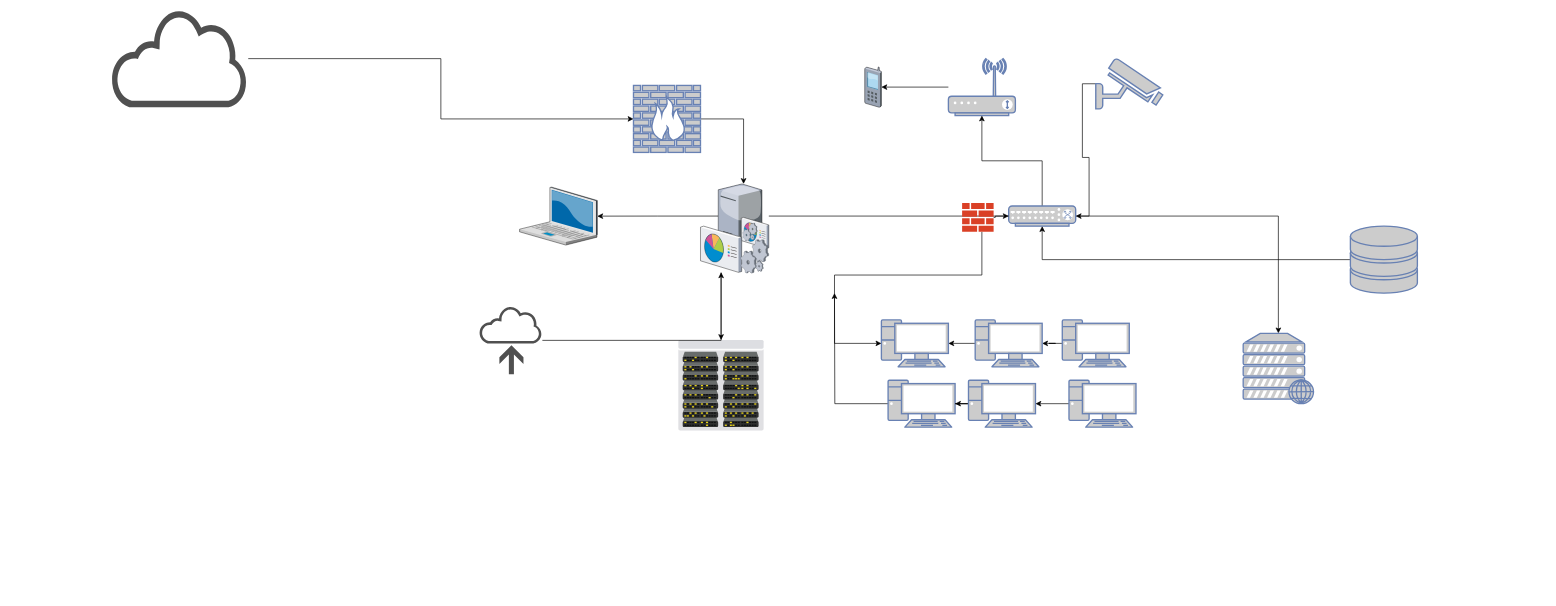
Earlier version of the draw.io diagram Untitled Diagram.drawio (lazzy503-umer/Haseeb-file). Source tidied: cells renumbered, new cells numbered last; positions are measured from the earlier drawing's top-left corner, leaving out a move shared by most shapes. Both pictures are drawn from the tidied source at 67%, with x=0, y=0 at pixel (111, 10).
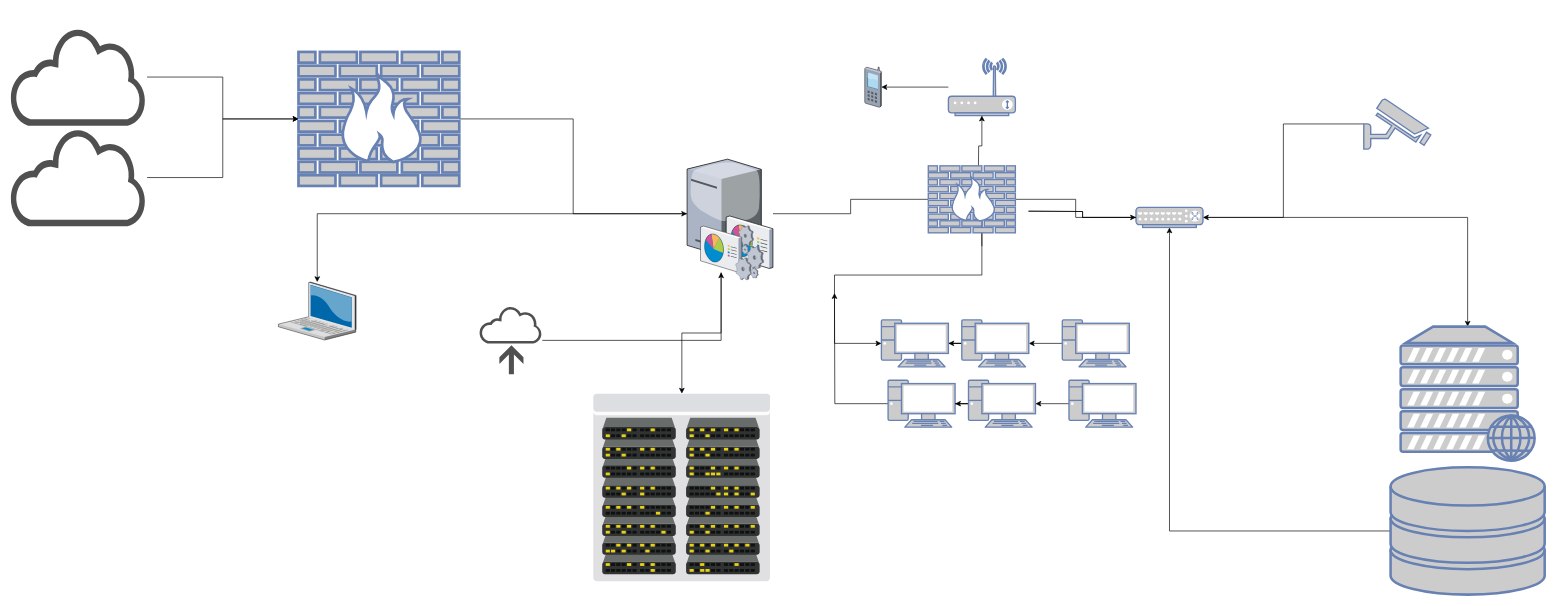
The same diagram, later.

The change refers to these unchanged cells:
```xml
<mxCell id="9" style="fontColor=#0066CC;verticalAlign=top;verticalLabelPosition=bottom;labelPosition=center;align=center;html=1;outlineConnect=0;fillColor=#CCCCCC;strokeColor=#6881B3;gradientColor=none;gradientDirection=north;strokeWidth=2;shape=mxgraph.networks.pc;" parent="1" vertex="1">
  <mxGeometry x="1149" y="462" width="100" height="70" as="geometry" />
</mxCell>
<mxCell id="17" style="fontColor=#0066CC;verticalAlign=top;verticalLabelPosition=bottom;labelPosition=center;align=center;html=1;outlineConnect=0;fillColor=#CCCCCC;strokeColor=#6881B3;gradientColor=none;gradientDirection=north;strokeWidth=2;shape=mxgraph.networks.wireless_modem;" parent="1" vertex="1">
  <mxGeometry x="1249" y="72" width="100" height="85" as="geometry" />
</mxCell>
```

Change to the diagram source:
```diff
@@
-    <mxCell id="3" style="edgeStyle=orthogonalEdgeStyle;rounded=0;jettySize=auto;html=1;" parent="1" edge="1" source="4" target="25">
+    <mxCell id="3" style="edgeStyle=orthogonalEdgeStyle;rounded=0;jettySize=auto;html=1;startArrow=none;" parent="1" edge="1" source="45" target="25">
       <mxGeometry relative="1" as="geometry" />
     </mxCell>
     <mxCell id="4" style="verticalLabelPosition=bottom;sketch=0;html=1;verticalAlign=top;strokeColor=none;align=center;outlineConnect=0;shape=mxgraph.citrix.command_center;" parent="1" vertex="1">
-      <mxGeometry x="905.5" y="259" width="75.5" height="96" as="geometry" />
+      <mxGeometry x="859" y="222" width="128.2" height="163" as="geometry" />
     </mxCell>
@@
     <mxCell id="8" style="fontColor=#0066CC;verticalAlign=top;verticalLabelPosition=bottom;labelPosition=center;align=center;html=1;outlineConnect=0;fillColor=#CCCCCC;strokeColor=#6881B3;gradientColor=none;gradientDirection=north;strokeWidth=2;shape=mxgraph.networks.pc;" parent="1" vertex="1">
-      <mxGeometry x="1289" y="462" width="100" height="70" as="geometry" />
+      <mxGeometry x="1269" y="462" width="100" height="70" as="geometry" />
     </mxCell>
@@
     <mxCell id="19" style="sketch=0;shadow=0;dashed=0;html=1;strokeColor=none;fillColor=#505050;labelPosition=center;verticalLabelPosition=bottom;outlineConnect=0;verticalAlign=top;align=center;shape=mxgraph.office.clouds.cloud;" parent="1" vertex="1">
-      <mxGeometry y="-0.5" width="204" height="145" as="geometry" />
+      <mxGeometry x="-151" y="27" width="204" height="145" as="geometry" />
     </mxCell>
@@
     <mxCell id="21" style="fontColor=#0066CC;verticalAlign=top;verticalLabelPosition=bottom;labelPosition=center;align=center;html=1;outlineConnect=0;fillColor=#CCCCCC;strokeColor=#6881B3;gradientColor=none;gradientDirection=north;strokeWidth=2;shape=mxgraph.networks.security_camera;" parent="1" vertex="1">
-      <mxGeometry x="1469" y="72" width="100" height="75" as="geometry" />
+      <mxGeometry x="1869" y="132" width="100" height="75" as="geometry" />
     </mxCell>
-    <mxCell id="22" style="edgeStyle=orthogonalEdgeStyle;rounded=0;jettySize=auto;html=1;" parent="1" edge="1" source="25" target="17">
-      <mxGeometry relative="1" as="geometry" />
+    <mxCell id="22" style="edgeStyle=orthogonalEdgeStyle;rounded=0;jettySize=auto;html=1;startArrow=none;" parent="1" edge="1" target="17">
+      <mxGeometry relative="1" as="geometry">
+        <mxPoint x="1293.7" y="247.5" as="sourcePoint" />
+      </mxGeometry>
     </mxCell>
-    <mxCell id="23" style="edgeStyle=orthogonalEdgeStyle;rounded=0;jettySize=auto;html=1;startArrow=none;" parent="1" edge="1" source="40" target="9">
+    <mxCell id="23" style="edgeStyle=orthogonalEdgeStyle;rounded=0;jettySize=auto;html=1;startArrow=none;" parent="1" edge="1" target="9">
       <mxGeometry relative="1" as="geometry">
+        <mxPoint x="1299" y="352" as="sourcePoint" />
         <Array as="points">
           <mxPoint x="1299" y="307" />
           <mxPoint x="1299" y="395" />
           <mxPoint x="1079" y="395" />
           <mxPoint x="1079" y="497" />
         </Array>
       </mxGeometry>
     </mxCell>
@@
     <mxCell id="25" style="fontColor=#0066CC;verticalAlign=top;verticalLabelPosition=bottom;labelPosition=center;align=center;html=1;outlineConnect=0;fillColor=#CCCCCC;strokeColor=#6881B3;gradientColor=none;gradientDirection=north;strokeWidth=2;shape=mxgraph.networks.switch;" parent="1" vertex="1">
-      <mxGeometry x="1339" y="292" width="100" height="30" as="geometry" />
+      <mxGeometry x="1529" y="294" width="100" height="30" as="geometry" />
     </mxCell>
@@
     <mxCell id="28" style="verticalLabelPosition=bottom;sketch=0;html=1;verticalAlign=top;strokeColor=none;align=center;outlineConnect=0;shape=mxgraph.citrix.datacenter;" parent="1" vertex="1">
-      <mxGeometry x="846" y="492" width="127.5" height="135" as="geometry" />
+      <mxGeometry x="719" y="572" width="264.4" height="280" as="geometry" />
     </mxCell>
     <mxCell id="29" style="verticalLabelPosition=bottom;sketch=0;html=1;verticalAlign=top;strokeColor=none;align=center;outlineConnect=0;shape=mxgraph.citrix.laptop_2;" parent="1" vertex="1">
-      <mxGeometry x="609" y="263.8" width="116" height="86.5" as="geometry" />
+      <mxGeometry x="249" y="405.5" width="116" height="86.5" as="geometry" />
     </mxCell>
@@
     <mxCell id="31" style="fontColor=#0066CC;verticalAlign=top;verticalLabelPosition=bottom;labelPosition=center;align=center;html=1;outlineConnect=0;fillColor=#CCCCCC;strokeColor=#6881B3;gradientColor=none;gradientDirection=north;strokeWidth=2;shape=mxgraph.networks.firewall;" parent="1" vertex="1">
-      <mxGeometry x="779" y="112" width="100" height="100" as="geometry" />
+      <mxGeometry x="279" y="62" width="240" height="200" as="geometry" />
     </mxCell>
     <mxCell id="32" style="verticalLabelPosition=bottom;sketch=0;html=1;verticalAlign=top;strokeColor=none;align=center;shape=mxgraph.citrix.process;" parent="1" vertex="1">
-      <mxGeometry x="939" y="342" width="42" height="50.1" as="geometry" />
+      <mxGeometry x="931.5" y="352" width="42" height="50.1" as="geometry" />
     </mxCell>
@@
     <mxCell id="34" style="fontColor=#0066CC;verticalAlign=top;verticalLabelPosition=bottom;labelPosition=center;align=center;html=1;outlineConnect=0;fillColor=#CCCCCC;strokeColor=#6881B3;gradientColor=none;gradientDirection=north;strokeWidth=2;shape=mxgraph.networks.web_server;" parent="1" vertex="1">
-      <mxGeometry x="1689" y="482" width="105" height="105" as="geometry" />
+      <mxGeometry x="1924" y="472" width="200" height="200" as="geometry" />
     </mxCell>
@@
     <mxCell id="36" style="fontColor=#0066CC;verticalAlign=top;verticalLabelPosition=bottom;labelPosition=center;align=center;html=1;outlineConnect=0;fillColor=#CCCCCC;strokeColor=#6881B3;gradientColor=none;gradientDirection=north;strokeWidth=2;shape=mxgraph.networks.storage;" parent="1" vertex="1">
-      <mxGeometry x="1849" y="322" width="100" height="100" as="geometry" />
+      <mxGeometry x="1909" y="682" width="230" height="190" as="geometry" />
     </mxCell>
@@
-    <mxCell id="39" style="edgeStyle=orthogonalEdgeStyle;rounded=0;jettySize=auto;html=1;endArrow=none;" parent="1" edge="1" source="25" target="40">
-      <mxGeometry relative="1" as="geometry" />
+    <mxCell id="39" style="edgeStyle=orthogonalEdgeStyle;rounded=0;jettySize=auto;html=1;endArrow=none;" parent="1" edge="1" source="25">
+      <mxGeometry relative="1" as="geometry">
+        <mxPoint x="1368.5" y="299.7" as="targetPoint" />
+      </mxGeometry>
     </mxCell>
-    <mxCell id="40" style="sketch=0;shadow=0;dashed=0;html=1;strokeColor=none;labelPosition=center;verticalLabelPosition=bottom;verticalAlign=top;outlineConnect=0;align=center;shape=mxgraph.office.concepts.firewall;fillColor=#DA4026;" parent="1" vertex="1">
-      <mxGeometry x="1269.5" y="287.5" width="47" height="43" as="geometry" />
-    </mxCell>
+    <mxCell id="41" style="edgeStyle=orthogonalEdgeStyle;rounded=0;jettySize=auto;html=1;" parent="1" edge="1" source="42" target="31">
+      <mxGeometry relative="1" as="geometry" />
+    </mxCell>
+    <mxCell id="42" style="sketch=0;shadow=0;dashed=0;html=1;strokeColor=none;fillColor=#505050;labelPosition=center;verticalLabelPosition=bottom;outlineConnect=0;verticalAlign=top;align=center;shape=mxgraph.office.clouds.cloud;" parent="1" vertex="1">
+      <mxGeometry x="-151" y="177" width="204" height="145" as="geometry" />
+    </mxCell>
+    <mxCell id="43" style="edgeStyle=orthogonalEdgeStyle;rounded=0;jettySize=auto;html=1;endArrow=none;" parent="1" edge="1" source="25">
+      <mxGeometry relative="1" as="geometry">
+        <mxPoint x="1368.5" y="299.7" as="targetPoint" />
+      </mxGeometry>
+    </mxCell>
+    <mxCell id="44" style="edgeStyle=orthogonalEdgeStyle;rounded=0;jettySize=auto;html=1;endArrow=none;" parent="1" edge="1" source="4" target="45">
+      <mxGeometry relative="1" as="geometry" />
+    </mxCell>
+    <mxCell id="45" style="fontColor=#0066CC;verticalAlign=top;verticalLabelPosition=bottom;labelPosition=center;align=center;html=1;outlineConnect=0;fillColor=#CCCCCC;strokeColor=#6881B3;gradientColor=none;gradientDirection=north;strokeWidth=2;shape=mxgraph.networks.firewall;" parent="1" vertex="1">
+      <mxGeometry x="1219" y="232" width="130" height="100" as="geometry" />
+    </mxCell>
```
